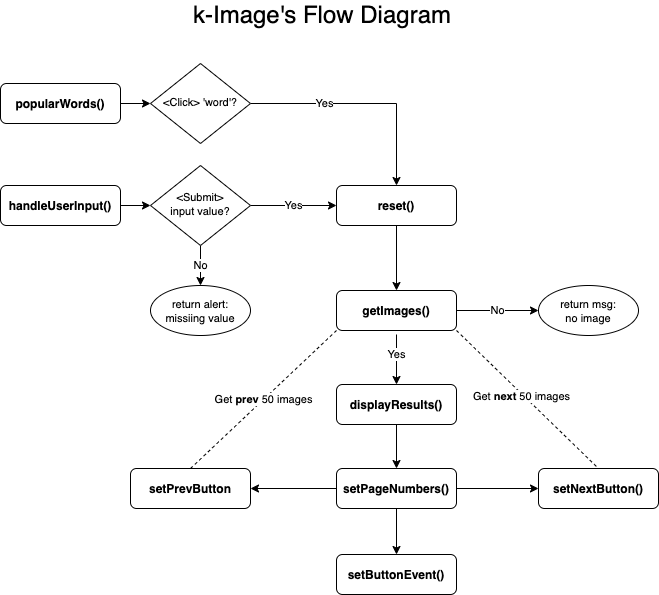
kaych26/kimage keeps this draw.io diagram as asset/kimage_diagram.png. Above is the earlier version. Source tidied: cells renumbered, new cells last; positions are measured from the earlier drawing's top-left corner, leaving out a move shared by most shapes.
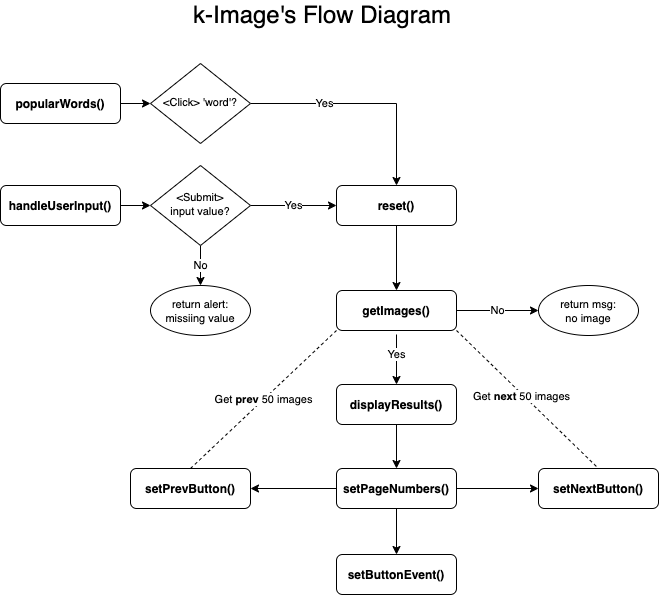
After the commit.

Diff of the diagram source:
```diff
@@ -55,7 +55,7 @@
         <mxPoint x="396" y="330" as="sourcePoint" />
       </mxGeometry>
     </mxCell>
-    <mxCell id="19" value="&lt;b&gt;setPrevButton&lt;/b&gt;" style="rounded=1;whiteSpace=wrap;html=1;fontSize=12;glass=0;strokeWidth=1;shadow=0;" parent="1" vertex="1">
+    <mxCell id="19" value="&lt;b&gt;setPrevButton()&lt;/b&gt;" style="rounded=1;whiteSpace=wrap;html=1;fontSize=12;glass=0;strokeWidth=1;shadow=0;" parent="1" vertex="1">
       <mxGeometry x="130" y="464" width="120" height="40" as="geometry" />
     </mxCell>
     <mxCell id="20" value="&lt;b&gt;setNextButton()&lt;/b&gt;" style="rounded=1;whiteSpace=wrap;html=1;fontSize=12;glass=0;strokeWidth=1;shadow=0;" parent="1" vertex="1">
```
